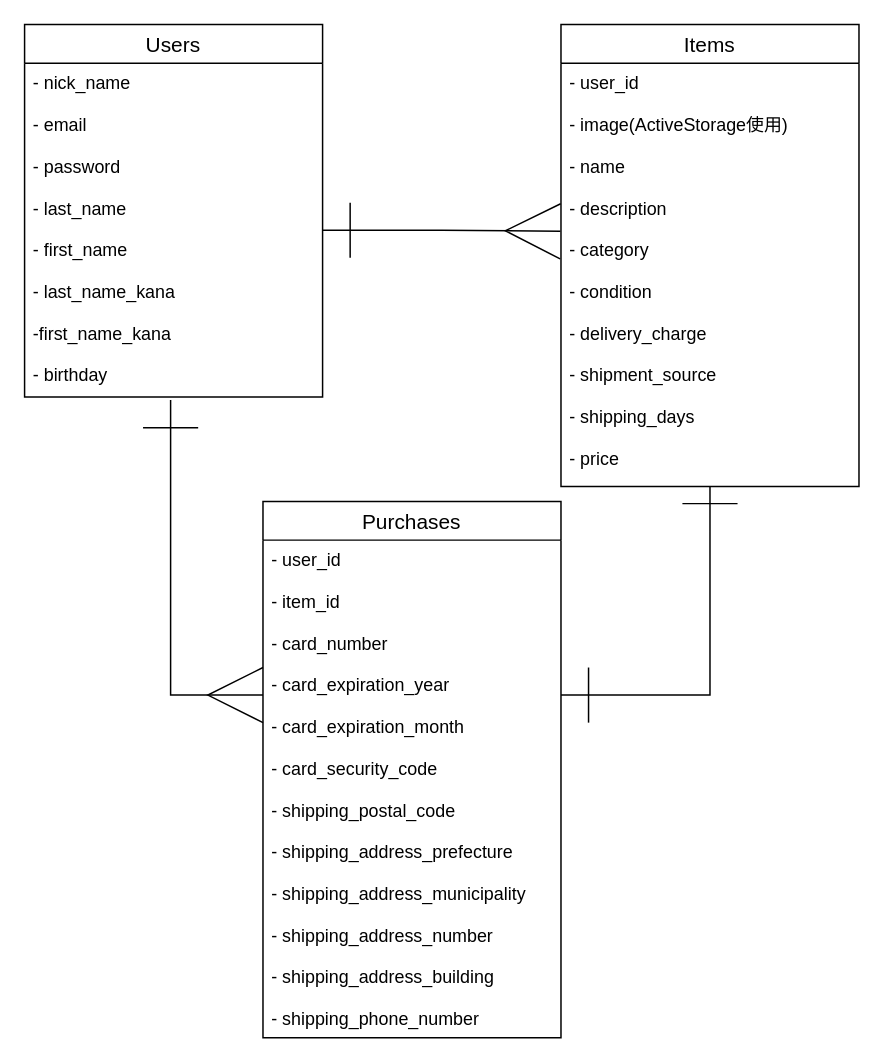
This is furima-34745.dio from saotome88/furima-34745, a draw.io file, before an edit. Source tidied: cells renumbered, new cells numbered last; positions are measured from the earlier drawing's top-left corner, leaving out a move shared by most shapes. Both pictures are drawn from the tidied source at 149%, with x=0, y=0 at pixel (24, 24).
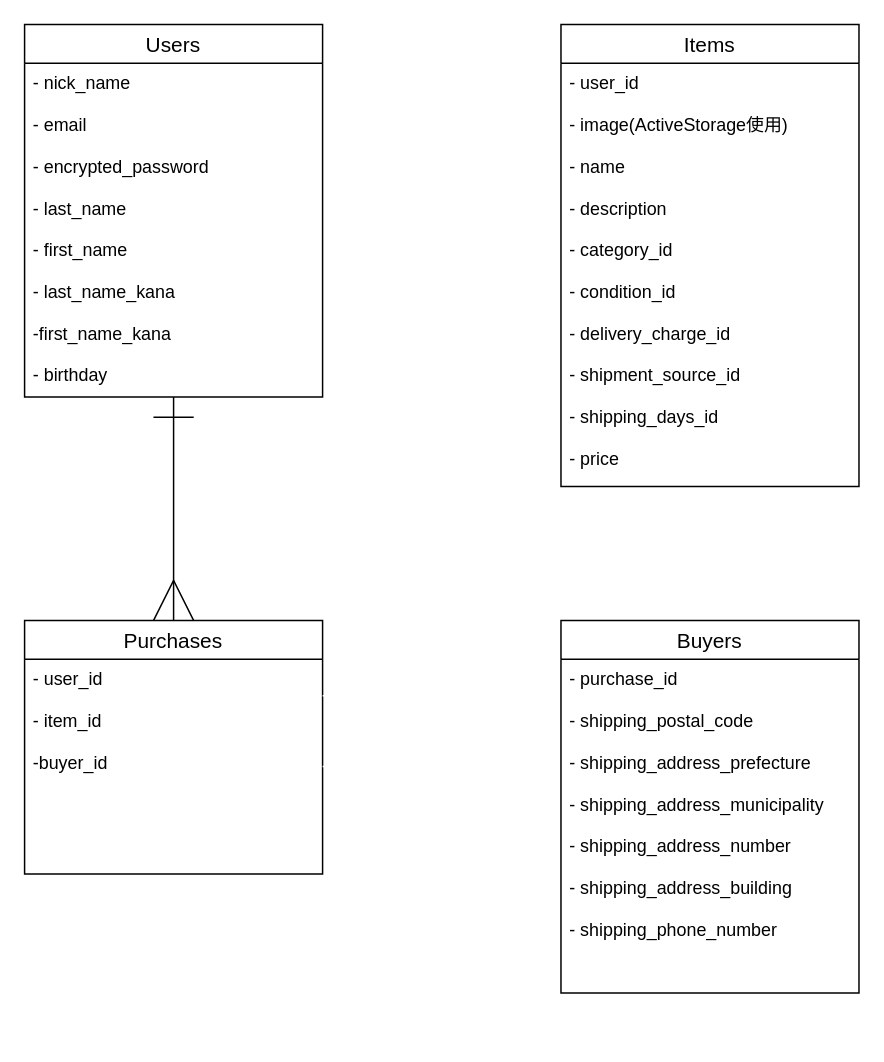
Above is the later version.

Commit message (it also covers changes not shown here):
データベース設計の修正

The edit, as a diff of the source:
```diff
@@
 <mxGraphModel>
   <root>
     <mxCell id="0" />
     <mxCell id="1" parent="0" />
-    <mxCell id="2" style="rounded=0;jettySize=auto;html=1;endArrow=ERmany;endFill=0;endSize=35;startArrow=ERone;startFill=0;startSize=35;exitX=0.49;exitY=1.009;exitDx=0;exitDy=0;exitPerimeter=0;edgeStyle=orthogonalEdgeStyle;" parent="1" edge="1" source="9" target="6">
-      <mxGeometry relative="1" as="geometry">
-        <Array as="points">
-          <mxPoint x="98" y="450" />
-        </Array>
-      </mxGeometry>
-    </mxCell>
+    <mxCell id="11" style="edgeStyle=orthogonalEdgeStyle;rounded=0;jettySize=auto;html=1;exitX=-0.01;exitY=0.265;exitDx=0;exitDy=0;entryX=1.015;entryY=0.332;entryDx=0;entryDy=0;entryPerimeter=0;exitPerimeter=0;strokeWidth=1;endArrow=ERone;endFill=0;jumpSize=6;strokeColor=#FFFFFF;endSize=25;startSize=25;startArrow=ERmany;startFill=0;" parent="1" edge="1" source="4" target="9">
+      <mxGeometry relative="1" as="geometry" />
+    </mxCell>
     <mxCell id="3" value="Items" style="swimlane;fontStyle=0;horizontal=1;startSize=26;align=center;fontSize=14;" parent="1" vertex="1">
       <mxGeometry x="360" width="200" height="310" as="geometry" />
     </mxCell>
-    <mxCell id="4" value="- user_id&#10;&#10;- image(ActiveStorage使用)&#10;&#10;- name&#10;&#10;- description&#10;&#10;- category&#10;&#10;- condition&#10;&#10;- delivery_charge&#10;&#10;- shipment_source&#10;&#10;- shipping_days&#10;&#10;- price" style="text;strokeColor=none;fillColor=none;spacingLeft=4;spacingRight=4;overflow=hidden;points=[[0,0.5],[1,0.5]];portConstraint=eastwest;fontSize=12;" parent="3" vertex="1">
+    <mxCell id="4" value="- user_id&#10;&#10;- image(ActiveStorage使用)&#10;&#10;- name&#10;&#10;- description&#10;&#10;- category_id&#10;&#10;- condition_id&#10;&#10;- delivery_charge_id&#10;&#10;- shipment_source_id&#10;&#10;- shipping_days_id&#10;&#10;- price" style="text;strokeColor=none;fillColor=none;spacingLeft=4;spacingRight=4;overflow=hidden;points=[[0,0.5],[1,0.5]];portConstraint=eastwest;fontSize=12;" parent="3" vertex="1">
       <mxGeometry y="26" width="200" height="284" as="geometry" />
     </mxCell>
     <mxCell id="5" value="Purchases" style="swimlane;fontStyle=0;horizontal=1;startSize=26;align=center;fontSize=14;" parent="1" vertex="1">
-      <mxGeometry x="160" y="320" width="200" height="360" as="geometry" />
+      <mxGeometry y="400" width="200" height="170" as="geometry" />
     </mxCell>
-    <mxCell id="6" value="- user_id&#10;&#10;- item_id&#10;&#10;- card_number&#10;&#10;- card_expiration_year&#10;&#10;- card_expiration_month&#10;&#10;- card_security_code&#10;&#10;- shipping_postal_code&#10;&#10;- shipping_address_prefecture&#10;&#10;- shipping_address_municipality&#10;&#10;- shipping_address_number&#10;&#10;- shipping_address_building&#10;&#10;- shipping_phone_number" style="text;strokeColor=none;fillColor=none;spacingLeft=4;spacingRight=4;overflow=hidden;points=[[0,0.5],[1,0.5]];portConstraint=eastwest;fontSize=12;" parent="5" vertex="1">
-      <mxGeometry y="26" width="200" height="334" as="geometry" />
+    <mxCell id="6" value="- user_id&#10;&#10;- item_id&#10;&#10;-buyer_id" style="text;strokeColor=none;fillColor=none;spacingLeft=4;spacingRight=4;overflow=hidden;points=[[0,0.5],[1,0.5]];portConstraint=eastwest;fontSize=12;" parent="5" vertex="1">
+      <mxGeometry y="26" width="200" height="144" as="geometry" />
     </mxCell>
-    <mxCell id="7" style="edgeStyle=orthogonalEdgeStyle;rounded=0;jumpSize=6;orthogonalLoop=1;jettySize=auto;html=1;startArrow=ERone;startFill=0;startSize=35;endArrow=ERone;endFill=0;endSize=35;" parent="1" edge="1">
-      <mxGeometry relative="1" as="geometry">
-        <mxPoint x="360" y="450" as="sourcePoint" />
-        <mxPoint x="460" y="340" as="targetPoint" />
-        <Array as="points">
-          <mxPoint x="460" y="450" />
-          <mxPoint x="460" y="310" />
-        </Array>
-      </mxGeometry>
-    </mxCell>
+    <mxCell id="12" style="edgeStyle=orthogonalEdgeStyle;rounded=0;jettySize=auto;html=1;entryX=0.5;entryY=0;entryDx=0;entryDy=0;endArrow=ERmany;endFill=0;startArrow=ERone;startFill=0;endSize=25;startSize=25;" parent="1" edge="1" source="8" target="5">
+      <mxGeometry relative="1" as="geometry" />
+    </mxCell>
     <mxCell id="8" value="Users" style="swimlane;fontStyle=0;horizontal=1;startSize=26;align=center;fontSize=14;" parent="1" vertex="1">
       <mxGeometry width="200" height="250" as="geometry" />
     </mxCell>
+    <mxCell id="10" value="Buyers" style="swimlane;fontStyle=0;horizontal=1;startSize=26;align=center;fontSize=14;" parent="1" vertex="1">
+      <mxGeometry x="360" y="400" width="200" height="250" as="geometry" />
+    </mxCell>
+    <mxCell id="13" value="- purchase_id&#10;&#10;- shipping_postal_code&#10;&#10;- shipping_address_prefecture&#10;&#10;- shipping_address_municipality&#10;&#10;- shipping_address_number&#10;&#10;- shipping_address_building&#10;&#10;- shipping_phone_number" style="text;strokeColor=none;fillColor=none;spacingLeft=4;spacingRight=4;overflow=hidden;points=[[0,0.5],[1,0.5]];portConstraint=eastwest;fontSize=12;" parent="10" vertex="1">
+      <mxGeometry y="26" width="200" height="224" as="geometry" />
+    </mxCell>
-    <mxCell id="9" value="- nick_name&#10;&#10;- email&#10;&#10;- password&#10;&#10;- last_name&#10;&#10;- first_name&#10;&#10;- last_name_kana&#10;&#10;-first_name_kana&#10;&#10;- birthday" style="text;strokeColor=none;fillColor=none;spacingLeft=4;spacingRight=4;overflow=hidden;points=[[0,0.5],[1,0.5]];portConstraint=eastwest;fontSize=12;" parent="8" vertex="1">
+    <mxCell id="9" value="- nick_name&#10;&#10;- email&#10;&#10;- encrypted_password&#10;&#10;- last_name&#10;&#10;- first_name&#10;&#10;- last_name_kana&#10;&#10;-first_name_kana&#10;&#10;- birthday" style="text;strokeColor=none;fillColor=none;spacingLeft=4;spacingRight=4;overflow=hidden;points=[[0,0.5],[1,0.5]];portConstraint=eastwest;fontSize=12;" parent="1" vertex="1">
       <mxGeometry y="26" width="200" height="224" as="geometry" />
     </mxCell>
-    <mxCell id="10" style="edgeStyle=orthogonalEdgeStyle;rounded=0;jettySize=auto;html=1;exitX=1;exitY=0.5;exitDx=0;exitDy=0;entryX=-0.002;entryY=0.397;entryDx=0;entryDy=0;entryPerimeter=0;endSize=35;startSize=35;endArrow=ERmany;endFill=0;startArrow=ERone;startFill=0;" parent="1" edge="1" source="9" target="4">
-      <mxGeometry relative="1" as="geometry" />
-    </mxCell>
+    <mxCell id="14" style="edgeStyle=orthogonalEdgeStyle;rounded=0;jumpSize=6;jettySize=auto;html=1;exitX=1;exitY=0.5;exitDx=0;exitDy=0;entryX=-0.015;entryY=0.319;entryDx=0;entryDy=0;entryPerimeter=0;startArrow=ERone;startFill=0;startSize=25;endArrow=ERone;endFill=0;endSize=25;strokeColor=#FFFFFF;strokeWidth=1;" parent="1" edge="1" source="6" target="13">
+      <mxGeometry relative="1" as="geometry" />
+    </mxCell>
+    <mxCell id="15" style="edgeStyle=orthogonalEdgeStyle;rounded=0;jumpSize=6;jettySize=auto;html=1;exitX=1;exitY=0.5;exitDx=0;exitDy=0;entryX=0.51;entryY=1.008;entryDx=0;entryDy=0;entryPerimeter=0;startArrow=ERone;startFill=0;startSize=25;endArrow=ERone;endFill=0;endSize=25;strokeColor=#FFFFFF;strokeWidth=1;" parent="1" edge="1" target="4">
+      <mxGeometry relative="1" as="geometry">
+        <mxPoint x="200" y="450.5" as="sourcePoint" />
+        <Array as="points">
+          <mxPoint x="240" y="451" />
+          <mxPoint x="240" y="380" />
+          <mxPoint x="462" y="380" />
+        </Array>
+      </mxGeometry>
+    </mxCell>
   </root>
 </mxGraphModel>
```
